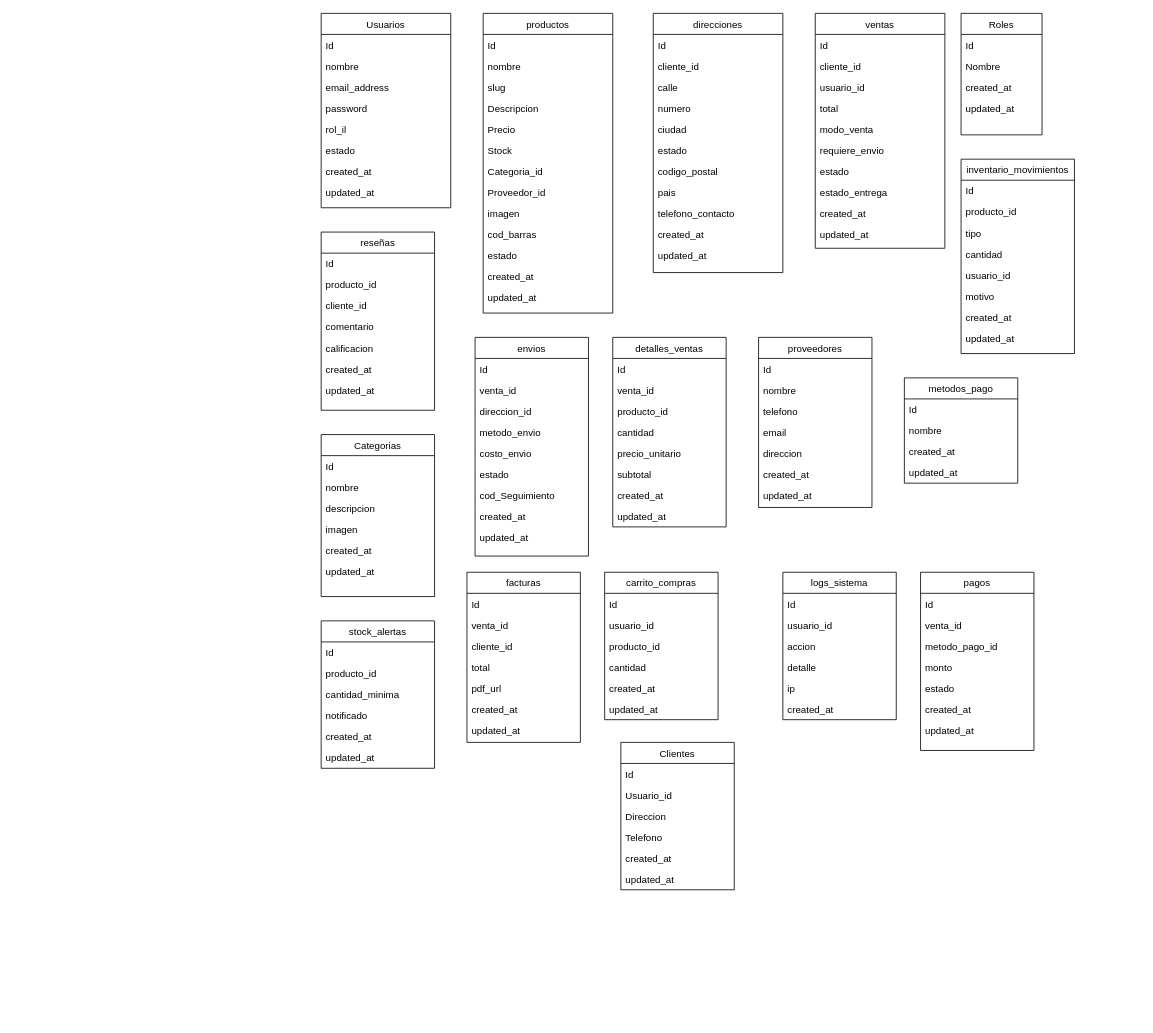
The draw.io diagram Diagrama sin título.drawio in JoochiDev/diagram_products, before the edit. Source tidied: cells renumbered, new cells numbered last; positions are measured from the earlier drawing's top-left corner, leaving out a move shared by most shapes. Both pictures are drawn from the tidied source at 81%, with x=0, y=0 at pixel (321, 13).
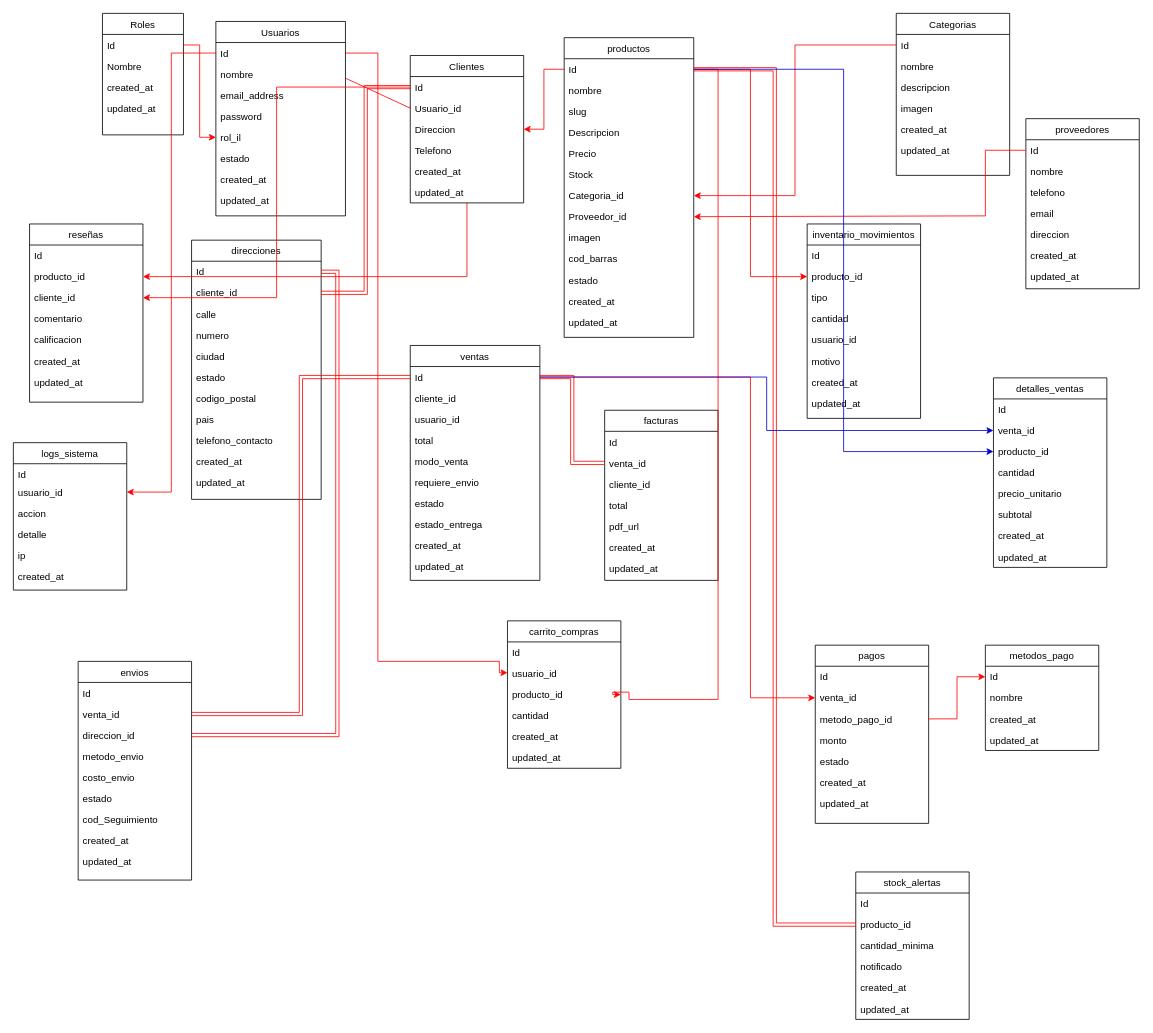
After the change.

Commit message:
PRODUCTOS_DIAGRAMA

Unchanged cells that the change refers to:
```xml
<mxCell id="3" value="Id" style="text;align=left;verticalAlign=top;spacingLeft=4;spacingRight=4;overflow=hidden;points=[[0,0.5],[1,0.5]];portConstraint=eastwest;" parent="2" vertex="1">
<mxCell id="7" value="rol_il" style="text;align=left;verticalAlign=top;spacingLeft=4;spacingRight=4;overflow=hidden;points=[[0,0.5],[1,0.5]];portConstraint=eastwest;rounded=0;shadow=0;html=0;" parent="2" vertex="1">
<mxCell id="12" value="Id" style="text;align=left;verticalAlign=top;spacingLeft=4;spacingRight=4;overflow=hidden;points=[[0,0.5],[1,0.5]];portConstraint=eastwest;" parent="11" vertex="1">
<mxCell id="18" value="Categoria_id" style="text;align=left;verticalAlign=top;spacingLeft=4;spacingRight=4;overflow=hidden;points=[[0,0.5],[1,0.5]];portConstraint=eastwest;" parent="11" vertex="1">
<mxCell id="19" value="Proveedor_id" style="text;align=left;verticalAlign=top;spacingLeft=4;spacingRight=4;overflow=hidden;points=[[0,0.5],[1,0.5]];portConstraint=eastwest;" parent="11" vertex="1">
<mxCell id="26" value="Id" style="text;align=left;verticalAlign=top;spacingLeft=4;spacingRight=4;overflow=hidden;points=[[0,0.5],[1,0.5]];portConstraint=eastwest;" parent="25" vertex="1">
<mxCell id="27" value="cliente_id" style="text;align=left;verticalAlign=top;spacingLeft=4;spacingRight=4;overflow=hidden;points=[[0,0.5],[1,0.5]];portConstraint=eastwest;rounded=0;shadow=0;html=0;" parent="25" vertex="1">
<mxCell id="38" value="Id" style="text;align=left;verticalAlign=top;spacingLeft=4;spacingRight=4;overflow=hidden;points=[[0,0.5],[1,0.5]];portConstraint=eastwest;" parent="37" vertex="1">
<mxCell id="50" value="producto_id" style="text;align=left;verticalAlign=top;spacingLeft=4;spacingRight=4;overflow=hidden;points=[[0,0.5],[1,0.5]];portConstraint=eastwest;rounded=0;shadow=0;html=0;" parent="48" vertex="1">
<mxCell id="58" value="Id" style="text;align=left;verticalAlign=top;spacingLeft=4;spacingRight=4;overflow=hidden;points=[[0,0.5],[1,0.5]];portConstraint=eastwest;" parent="57" vertex="1">
<mxCell id="64" value="producto_id" style="text;align=left;verticalAlign=top;spacingLeft=4;spacingRight=4;overflow=hidden;points=[[0,0.5],[1,0.5]];portConstraint=eastwest;rounded=0;shadow=0;html=0;" parent="62" vertex="1">
<mxCell id="65" value="cliente_id" style="text;align=left;verticalAlign=top;spacingLeft=4;spacingRight=4;overflow=hidden;points=[[0,0.5],[1,0.5]];portConstraint=eastwest;rounded=0;shadow=0;html=0;" parent="62" vertex="1">
<mxCell id="72" value="venta_id" style="text;align=left;verticalAlign=top;spacingLeft=4;spacingRight=4;overflow=hidden;points=[[0,0.5],[1,0.5]];portConstraint=eastwest;rounded=0;shadow=0;html=0;" parent="70" vertex="1">
<mxCell id="73" value="direccion_id" style="text;align=left;verticalAlign=top;spacingLeft=4;spacingRight=4;overflow=hidden;points=[[0,0.5],[1,0.5]];portConstraint=eastwest;rounded=0;shadow=0;html=0;" parent="70" vertex="1">
<mxCell id="82" value="venta_id" style="text;align=left;verticalAlign=top;spacingLeft=4;spacingRight=4;overflow=hidden;points=[[0,0.5],[1,0.5]];portConstraint=eastwest;rounded=0;shadow=0;html=0;" parent="80" vertex="1">
<mxCell id="83" value="producto_id" style="text;align=left;verticalAlign=top;spacingLeft=4;spacingRight=4;overflow=hidden;points=[[0,0.5],[1,0.5]];portConstraint=eastwest;rounded=0;shadow=0;html=0;" parent="80" vertex="1">
<mxCell id="90" value="Id" style="text;align=left;verticalAlign=top;spacingLeft=4;spacingRight=4;overflow=hidden;points=[[0,0.5],[1,0.5]];portConstraint=eastwest;" parent="89" vertex="1">
<mxCell id="98" value="Id" style="text;align=left;verticalAlign=top;spacingLeft=4;spacingRight=4;overflow=hidden;points=[[0,0.5],[1,0.5]];portConstraint=eastwest;" parent="97" vertex="1">
<mxCell id="103" value="Id" style="text;align=left;verticalAlign=top;spacingLeft=4;spacingRight=4;overflow=hidden;points=[[0,0.5],[1,0.5]];portConstraint=eastwest;" parent="102" vertex="1">
<mxCell id="111" value="venta_id" style="text;align=left;verticalAlign=top;spacingLeft=4;spacingRight=4;overflow=hidden;points=[[0,0.5],[1,0.5]];portConstraint=eastwest;rounded=0;shadow=0;html=0;" parent="109" vertex="1">
<mxCell id="119" value="usuario_id" style="text;align=left;verticalAlign=top;spacingLeft=4;spacingRight=4;overflow=hidden;points=[[0,0.5],[1,0.5]];portConstraint=eastwest;rounded=0;shadow=0;html=0;" parent="117" vertex="1">
<mxCell id="120" value="producto_id" style="text;align=left;verticalAlign=top;spacingLeft=4;spacingRight=4;overflow=hidden;points=[[0,0.5],[1,0.5]];portConstraint=eastwest;rounded=0;shadow=0;html=0;" parent="117" vertex="1">
<mxCell id="133" value="venta_id" style="text;align=left;verticalAlign=top;spacingLeft=4;spacingRight=4;overflow=hidden;points=[[0,0.5],[1,0.5]];portConstraint=eastwest;rounded=0;shadow=0;html=0;" parent="131" vertex="1">
<mxCell id="134" value="metodo_pago_id" style="text;align=left;verticalAlign=top;spacingLeft=4;spacingRight=4;overflow=hidden;points=[[0,0.5],[1,0.5]];portConstraint=eastwest;rounded=0;shadow=0;html=0;" parent="131" vertex="1">
<mxCell id="141" value="producto_id" style="text;align=left;verticalAlign=top;spacingLeft=4;spacingRight=4;overflow=hidden;points=[[0,0.5],[1,0.5]];portConstraint=eastwest;rounded=0;shadow=0;html=0;" parent="139" vertex="1">
<mxCell id="147" value="Id" style="text;align=left;verticalAlign=top;spacingLeft=4;spacingRight=4;overflow=hidden;points=[[0,0.5],[1,0.5]];portConstraint=eastwest;" parent="146" vertex="1">
<mxCell id="148" value="Usuario_id" style="text;align=left;verticalAlign=top;spacingLeft=4;spacingRight=4;overflow=hidden;points=[[0,0.5],[1,0.5]];portConstraint=eastwest;rounded=0;shadow=0;html=0;" parent="146" vertex="1">
```

What changed in the source:
```diff
@@
     <mxCell id="2" value="Usuarios" style="swimlane;fontStyle=0;align=center;verticalAlign=top;horizontal=1;startSize=26;rounded=0;shadow=0;strokeWidth=1;" parent="1" vertex="1">
-      <mxGeometry width="160" height="240" as="geometry" />
+      <mxGeometry x="-130" y="10" width="160" height="240" as="geometry" />
     </mxCell>
@@
     <mxCell id="11" value="productos" style="swimlane;fontStyle=0;align=center;verticalAlign=top;horizontal=1;startSize=26;rounded=0;shadow=0;strokeWidth=1;" parent="1" vertex="1">
-      <mxGeometry x="200" width="160" height="370" as="geometry" />
+      <mxGeometry x="300" y="30" width="160" height="370" as="geometry" />
     </mxCell>
@@
     <mxCell id="25" value="direcciones" style="swimlane;fontStyle=0;align=center;verticalAlign=top;horizontal=1;startSize=26;rounded=0;shadow=0;strokeWidth=1;" parent="1" vertex="1">
-      <mxGeometry x="410" width="160" height="320" as="geometry" />
+      <mxGeometry x="-160" y="280" width="160" height="320" as="geometry" />
     </mxCell>
@@
     <mxCell id="37" value="ventas" style="swimlane;fontStyle=0;align=center;verticalAlign=top;horizontal=1;startSize=26;rounded=0;shadow=0;strokeWidth=1;" parent="1" vertex="1">
-      <mxGeometry x="610" width="160" height="290" as="geometry" />
+      <mxGeometry x="110" y="410" width="160" height="290" as="geometry" />
     </mxCell>
@@
     <mxCell id="48" value="inventario_movimientos" style="swimlane;fontStyle=0;align=center;verticalAlign=top;horizontal=1;startSize=26;rounded=0;shadow=0;strokeWidth=1;" parent="1" vertex="1">
-      <mxGeometry x="790" y="180" width="140" height="240" as="geometry" />
+      <mxGeometry x="600" y="260" width="140" height="240" as="geometry" />
     </mxCell>
@@
     <mxCell id="57" value="Roles" style="swimlane;fontStyle=0;align=center;verticalAlign=top;horizontal=1;startSize=26;rounded=0;shadow=0;strokeWidth=1;" parent="1" vertex="1">
-      <mxGeometry x="790" width="100" height="150" as="geometry" />
+      <mxGeometry x="-270" width="100" height="150" as="geometry" />
     </mxCell>
@@
     <mxCell id="62" value="reseñas" style="swimlane;fontStyle=0;align=center;verticalAlign=top;horizontal=1;startSize=26;rounded=0;shadow=0;strokeWidth=1;" parent="1" vertex="1">
-      <mxGeometry y="270" width="140" height="220" as="geometry" />
+      <mxGeometry x="-360" y="260" width="140" height="220" as="geometry" />
     </mxCell>
@@
     <mxCell id="70" value="envios" style="swimlane;fontStyle=0;align=center;verticalAlign=top;horizontal=1;startSize=26;rounded=0;shadow=0;strokeWidth=1;" parent="1" vertex="1">
-      <mxGeometry x="190" y="400" width="140" height="270" as="geometry" />
+      <mxGeometry x="-300" y="800" width="140" height="270" as="geometry" />
     </mxCell>
@@
     <mxCell id="80" value="detalles_ventas" style="swimlane;fontStyle=0;align=center;verticalAlign=top;horizontal=1;startSize=26;rounded=0;shadow=0;strokeWidth=1;" parent="1" vertex="1">
-      <mxGeometry x="360" y="400" width="140" height="234" as="geometry" />
+      <mxGeometry x="830" y="450" width="140" height="234" as="geometry" />
     </mxCell>
@@
     <mxCell id="89" value="proveedores" style="swimlane;fontStyle=0;align=center;verticalAlign=top;horizontal=1;startSize=26;rounded=0;shadow=0;strokeWidth=1;" parent="1" vertex="1">
-      <mxGeometry x="540" y="400" width="140" height="210" as="geometry" />
+      <mxGeometry x="870" y="130" width="140" height="210" as="geometry" />
     </mxCell>
@@
     <mxCell id="97" value="metodos_pago" style="swimlane;fontStyle=0;align=center;verticalAlign=top;horizontal=1;startSize=26;rounded=0;shadow=0;strokeWidth=1;" parent="1" vertex="1">
-      <mxGeometry x="720" y="450" width="140" height="130" as="geometry" />
+      <mxGeometry x="820" y="780" width="140" height="130" as="geometry" />
     </mxCell>
@@
     <mxCell id="102" value="Categorias" style="swimlane;fontStyle=0;align=center;verticalAlign=top;horizontal=1;startSize=26;rounded=0;shadow=0;strokeWidth=1;" parent="1" vertex="1">
-      <mxGeometry y="520" width="140" height="200" as="geometry" />
+      <mxGeometry x="710" width="140" height="200" as="geometry" />
     </mxCell>
@@
     <mxCell id="109" value="facturas" style="swimlane;fontStyle=0;align=center;verticalAlign=top;horizontal=1;startSize=26;rounded=0;shadow=0;strokeWidth=1;" parent="1" vertex="1">
-      <mxGeometry x="180" y="690" width="140" height="210" as="geometry" />
+      <mxGeometry x="350" y="490" width="140" height="210" as="geometry" />
     </mxCell>
@@
     <mxCell id="117" value="carrito_compras" style="swimlane;fontStyle=0;align=center;verticalAlign=top;horizontal=1;startSize=26;rounded=0;shadow=0;strokeWidth=1;" parent="1" vertex="1">
-      <mxGeometry x="350" y="690" width="140" height="182" as="geometry" />
+      <mxGeometry x="230" y="750" width="140" height="182" as="geometry" />
     </mxCell>
@@
     <mxCell id="124" value="logs_sistema" style="swimlane;fontStyle=0;align=center;verticalAlign=top;horizontal=1;startSize=26;rounded=0;shadow=0;strokeWidth=1;" parent="1" vertex="1">
-      <mxGeometry x="570" y="690" width="140" height="182" as="geometry" />
+      <mxGeometry x="-380" y="530" width="140" height="182" as="geometry" />
     </mxCell>
     <mxCell id="125" value="Id" style="text;align=left;verticalAlign=top;spacingLeft=4;spacingRight=4;overflow=hidden;" parent="124" vertex="1">
-      <mxGeometry y="26" width="140" height="26" as="geometry" />
+      <mxGeometry y="26" width="140" height="22" as="geometry" />
     </mxCell>
     <mxCell id="126" value="usuario_id" style="text;align=left;verticalAlign=top;spacingLeft=4;spacingRight=4;overflow=hidden;points=[[0,0.5],[1,0.5]];portConstraint=eastwest;rounded=0;shadow=0;html=0;" parent="124" vertex="1">
-      <mxGeometry y="52" width="140" height="26" as="geometry" />
+      <mxGeometry y="48" width="140" height="26" as="geometry" />
     </mxCell>
     <mxCell id="127" value="accion" style="text;align=left;verticalAlign=top;spacingLeft=4;spacingRight=4;overflow=hidden;rounded=0;shadow=0;html=0;" parent="124" vertex="1">
-      <mxGeometry y="78" width="140" height="26" as="geometry" />
+      <mxGeometry y="74" width="140" height="26" as="geometry" />
     </mxCell>
     <mxCell id="128" value="detalle" style="text;align=left;verticalAlign=top;spacingLeft=4;spacingRight=4;overflow=hidden;rounded=0;shadow=0;html=0;" parent="124" vertex="1">
-      <mxGeometry y="104" width="140" height="26" as="geometry" />
+      <mxGeometry y="100" width="140" height="26" as="geometry" />
     </mxCell>
     <mxCell id="129" value="ip" style="text;align=left;verticalAlign=top;spacingLeft=4;spacingRight=4;overflow=hidden;" parent="124" vertex="1">
-      <mxGeometry y="130" width="140" height="26" as="geometry" />
+      <mxGeometry y="126" width="140" height="26" as="geometry" />
     </mxCell>
     <mxCell id="130" value="created_at" style="text;align=left;verticalAlign=top;spacingLeft=4;spacingRight=4;overflow=hidden;" parent="124" vertex="1">
-      <mxGeometry y="156" width="140" height="26" as="geometry" />
+      <mxGeometry y="152" width="140" height="26" as="geometry" />
     </mxCell>
     <mxCell id="131" value="pagos" style="swimlane;fontStyle=0;align=center;verticalAlign=top;horizontal=1;startSize=26;rounded=0;shadow=0;strokeWidth=1;" parent="1" vertex="1">
-      <mxGeometry x="740" y="690" width="140" height="220" as="geometry" />
+      <mxGeometry x="610" y="780" width="140" height="220" as="geometry" />
     </mxCell>
@@
     <mxCell id="139" value="stock_alertas" style="swimlane;fontStyle=0;align=center;verticalAlign=top;horizontal=1;startSize=26;rounded=0;shadow=0;strokeWidth=1;" parent="1" vertex="1">
-      <mxGeometry y="750" width="140" height="182" as="geometry" />
+      <mxGeometry x="660" y="1060" width="140" height="182" as="geometry" />
     </mxCell>
@@
+    <mxCell id="153" style="endArrow=none;html=1;rounded=0;entryX=0;entryY=0.5;entryDx=0;entryDy=0;strokeColor=#FF0000;" parent="1" edge="1" target="148">
+      <mxGeometry relative="1" as="geometry">
+        <mxPoint x="30" y="80" as="sourcePoint" />
+      </mxGeometry>
+    </mxCell>
+    <mxCell id="154" style="edgeStyle=orthogonalEdgeStyle;rounded=0;jettySize=auto;html=1;entryX=1;entryY=0.5;entryDx=0;entryDy=0;strokeColor=#FF0000;" parent="1" edge="1" source="3" target="126">
+      <mxGeometry relative="1" as="geometry" />
+    </mxCell>
+    <mxCell id="155" style="edgeStyle=orthogonalEdgeStyle;rounded=0;jettySize=auto;html=1;entryX=1;entryY=0.5;entryDx=0;entryDy=0;fillColor=#FF0000;strokeColor=#FF0000;" parent="1" edge="1" source="146" target="64">
+      <mxGeometry relative="1" as="geometry" />
+    </mxCell>
+    <mxCell id="156" style="edgeStyle=orthogonalEdgeStyle;rounded=0;jettySize=auto;html=1;strokeColor=#FF0000;" parent="1" edge="1" source="58" target="7">
+      <mxGeometry relative="1" as="geometry" />
+    </mxCell>
+    <mxCell id="157" style="edgeStyle=orthogonalEdgeStyle;rounded=0;jettySize=auto;html=1;shape=link;strokeColor=#FF0000;" parent="1" edge="1" source="27" target="147">
+      <mxGeometry relative="1" as="geometry" />
+    </mxCell>
+    <mxCell id="158" style="edgeStyle=orthogonalEdgeStyle;rounded=0;jettySize=auto;html=1;entryX=1;entryY=0.5;entryDx=0;entryDy=0;fillColor=#FF0000;strokeColor=#FF0000;" parent="1" edge="1" source="12" target="146">
+      <mxGeometry relative="1" as="geometry" />
+    </mxCell>
     <mxCell id="146" value="Clientes" style="swimlane;fontStyle=0;align=center;verticalAlign=top;horizontal=1;startSize=26;rounded=0;shadow=0;strokeWidth=1;" parent="1" vertex="1">
-      <mxGeometry x="370" y="900" width="140" height="182" as="geometry" />
+      <mxGeometry x="110" y="52" width="140" height="182" as="geometry" />
     </mxCell>
@@
+    <mxCell id="159" style="edgeStyle=orthogonalEdgeStyle;rounded=0;jettySize=auto;html=1;entryX=1;entryY=0.5;entryDx=0;entryDy=0;strokeColor=#FF0000;" parent="1" edge="1" source="147" target="65">
+      <mxGeometry relative="1" as="geometry" />
+    </mxCell>
+    <mxCell id="160" style="edgeStyle=orthogonalEdgeStyle;rounded=0;jettySize=auto;html=1;entryX=1;entryY=0.5;entryDx=0;entryDy=0;strokeColor=#FF0000;" parent="1" edge="1" source="103" target="18">
+      <mxGeometry relative="1" as="geometry" />
+    </mxCell>
+    <mxCell id="161" style="edgeStyle=orthogonalEdgeStyle;rounded=0;jettySize=auto;html=1;entryX=0;entryY=0.5;entryDx=0;entryDy=0;strokeColor=#FF0000;" parent="1" edge="1" source="12" target="50">
+      <mxGeometry relative="1" as="geometry" />
+    </mxCell>
+    <mxCell id="162" style="edgeStyle=orthogonalEdgeStyle;rounded=0;jettySize=auto;html=1;entryX=0;entryY=0.5;entryDx=0;entryDy=0;shape=link;strokeColor=#FF0000;" parent="1" edge="1" source="38" target="111">
+      <mxGeometry relative="1" as="geometry" />
+    </mxCell>
+    <mxCell id="163" style="edgeStyle=orthogonalEdgeStyle;rounded=0;jettySize=auto;html=1;entryX=0;entryY=0.5;entryDx=0;entryDy=0;strokeColor=#FF0000;" parent="1" edge="1" source="38" target="133">
+      <mxGeometry relative="1" as="geometry">
+        <Array as="points">
+          <mxPoint x="530" y="449" />
+          <mxPoint x="530" y="845" />
+        </Array>
+      </mxGeometry>
+    </mxCell>
+    <mxCell id="164" style="edgeStyle=orthogonalEdgeStyle;rounded=0;jettySize=auto;html=1;entryX=0;entryY=0.5;entryDx=0;entryDy=0;strokeColor=#FF0000;" parent="1" edge="1" source="134" target="98">
+      <mxGeometry relative="1" as="geometry" />
+    </mxCell>
+    <mxCell id="165" style="edgeStyle=orthogonalEdgeStyle;rounded=0;jettySize=auto;html=1;entryX=0;entryY=0.462;entryDx=0;entryDy=0;entryPerimeter=0;strokeColor=#FF0000;" parent="1" edge="1" source="3" target="119">
+      <mxGeometry relative="1" as="geometry">
+        <Array as="points">
+          <mxPoint x="70" y="49" />
+          <mxPoint x="70" y="800" />
+          <mxPoint x="220" y="800" />
+        </Array>
+      </mxGeometry>
+    </mxCell>
+    <mxCell id="166" style="edgeStyle=orthogonalEdgeStyle;rounded=0;jettySize=auto;html=1;entryX=1;entryY=0.5;entryDx=0;entryDy=0;strokeColor=#FF0000;" parent="1" edge="1" source="12" target="120">
+      <mxGeometry relative="1" as="geometry">
+        <Array as="points">
+          <mxPoint x="490" y="69" />
+          <mxPoint x="490" y="847" />
+          <mxPoint x="380" y="847" />
+          <mxPoint x="380" y="838" />
+          <mxPoint x="360" y="838" />
+        </Array>
+      </mxGeometry>
+    </mxCell>
+    <mxCell id="167" style="edgeStyle=orthogonalEdgeStyle;rounded=0;jettySize=auto;html=1;entryX=1;entryY=0.5;entryDx=0;entryDy=0;shape=link;strokeColor=#FF0000;" parent="1" edge="1" source="38" target="72">
+      <mxGeometry relative="1" as="geometry" />
+    </mxCell>
+    <mxCell id="168" style="edgeStyle=orthogonalEdgeStyle;rounded=0;jettySize=auto;html=1;exitX=1;exitY=0.5;exitDx=0;exitDy=0;entryX=1;entryY=0.5;entryDx=0;entryDy=0;strokeColor=#FF0000;shape=link;" parent="1" edge="1" source="73" target="26">
+      <mxGeometry relative="1" as="geometry" />
+    </mxCell>
+    <mxCell id="169" style="edgeStyle=orthogonalEdgeStyle;rounded=0;jettySize=auto;html=1;entryX=1;entryY=0.5;entryDx=0;entryDy=0;shape=link;strokeColor=#FF0000;" parent="1" edge="1" source="141" target="12">
+      <mxGeometry relative="1" as="geometry" />
+    </mxCell>
+    <mxCell id="170" style="edgeStyle=orthogonalEdgeStyle;rounded=0;jettySize=auto;html=1;entryX=1;entryY=0.5;entryDx=0;entryDy=0;strokeColor=#FF0000;" parent="1" edge="1" source="90" target="19">
+      <mxGeometry relative="1" as="geometry">
+        <Array as="points">
+          <mxPoint x="820" y="169" />
+          <mxPoint x="820" y="250" />
+          <mxPoint x="460" y="250" />
+        </Array>
+      </mxGeometry>
+    </mxCell>
+    <mxCell id="171" style="edgeStyle=orthogonalEdgeStyle;rounded=0;jettySize=auto;html=1;strokeColor=#0000CC;" parent="1" edge="1" source="38" target="82">
+      <mxGeometry relative="1" as="geometry" />
+    </mxCell>
+    <mxCell id="172" style="edgeStyle=orthogonalEdgeStyle;rounded=0;jettySize=auto;html=1;entryX=0;entryY=0.5;entryDx=0;entryDy=0;strokeColor=#0000CC;" parent="1" edge="1" source="12" target="83">
+      <mxGeometry relative="1" as="geometry" />
+    </mxCell>
```
